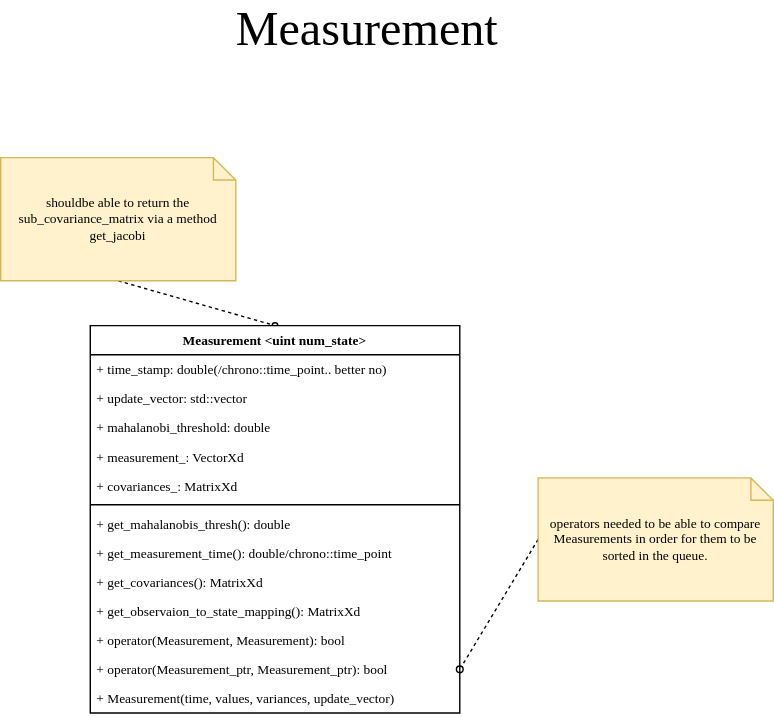
The draw.io diagram design/UML/images/LocalizationFusionLibrary_UML-Measurement.svg in jotix16/Localization_Fusion_Library, before a commit. Source tidied: cells renumbered, new cells last; positions are measured from the earlier drawing's top-left corner, leaving out a move shared by most shapes. Its diagram source:
```xml
<mxGraphModel>
  <root>
    <mxCell id="0" />
    <mxCell id="1" parent="0" />
    <mxCell id="2" style="edgeStyle=none;rounded=0;jumpSize=6;jettySize=auto;html=1;exitX=0.5;exitY=1;exitDx=0;exitDy=0;exitPerimeter=0;strokeWidth=1;dashed=1;fontFamily=Verdana;fontSize=12;labelBackgroundColor=none;endFill=0;endArrow=oval;endSize=5;startFill=0;startSize=5;entryX=0.5;entryY=0;entryDx=0;entryDy=0;" parent="1" edge="1" source="3" target="6">
      <mxGeometry relative="1" as="geometry" />
    </mxCell>
    <mxCell id="3" value="shouldbe able to return the sub_covariance_matrix via a method get_jacobi" style="shape=note;whiteSpace=wrap;html=1;rounded=0;shadow=0;comic=0;labelBackgroundColor=none;strokeWidth=1;fontFamily=Verdana;fontSize=12;align=center;size=20;fillColor=#fff2cc;strokeColor=#d6b656;" parent="1" vertex="1">
      <mxGeometry y="130" width="210" height="110" as="geometry" />
    </mxCell>
    <mxCell id="4" style="rounded=0;jettySize=auto;html=1;exitX=0;exitY=0.5;exitDx=0;exitDy=0;exitPerimeter=0;dashed=1;entryX=1;entryY=0.5;entryDx=0;entryDy=0;startArrow=none;startFill=0;endArrow=oval;endFill=0;fontFamily=Verdana;" parent="1" edge="1" source="5" target="18">
      <mxGeometry relative="1" as="geometry" />
    </mxCell>
    <mxCell id="5" value="operators needed to be able to compare Measurements in order for them to be sorted in the queue." style="shape=note;whiteSpace=wrap;html=1;rounded=0;shadow=0;comic=0;labelBackgroundColor=none;strokeWidth=1;fontFamily=Verdana;fontSize=12;align=center;size=20;fillColor=#fff2cc;strokeColor=#d6b656;" parent="1" vertex="1">
      <mxGeometry x="480" y="416" width="210" height="110" as="geometry" />
    </mxCell>
    <mxCell id="6" value="Measurement &lt;uint num_state&gt;" style="swimlane;fontStyle=1;align=center;verticalAlign=top;horizontal=1;startSize=26;fontFamily=Verdana;" parent="1" vertex="1">
      <mxGeometry x="80" y="280" width="330" height="346" as="geometry" />
    </mxCell>
    <mxCell id="7" value="+ time_stamp: double(/chrono::time_point.. better no)" style="text;strokeColor=none;fillColor=none;align=left;verticalAlign=top;spacingLeft=4;spacingRight=4;overflow=hidden;fontFamily=Verdana;" parent="6" vertex="1">
      <mxGeometry y="26" width="330" height="26" as="geometry" />
    </mxCell>
    <mxCell id="8" value="+ update_vector: std::vector" style="text;strokeColor=none;fillColor=none;align=left;verticalAlign=top;spacingLeft=4;spacingRight=4;overflow=hidden;fontFamily=Verdana;" parent="6" vertex="1">
      <mxGeometry y="52" width="330" height="26" as="geometry" />
    </mxCell>
    <mxCell id="9" value="+ mahalanobi_threshold: double" style="text;strokeColor=none;fillColor=none;align=left;verticalAlign=top;spacingLeft=4;spacingRight=4;overflow=hidden;html=1;fontFamily=Verdana;" parent="6" vertex="1">
      <mxGeometry y="78" width="330" height="26" as="geometry" />
    </mxCell>
    <mxCell id="10" value="+ measurement_: VectorXd" style="text;strokeColor=none;fillColor=none;align=left;verticalAlign=top;spacingLeft=4;spacingRight=4;overflow=hidden;fontFamily=Verdana;" parent="6" vertex="1">
      <mxGeometry y="104" width="330" height="26" as="geometry" />
    </mxCell>
    <mxCell id="11" value="+ covariances_: MatrixXd" style="text;strokeColor=none;fillColor=none;align=left;verticalAlign=top;spacingLeft=4;spacingRight=4;overflow=hidden;fontFamily=Verdana;" parent="6" vertex="1">
      <mxGeometry y="130" width="330" height="26" as="geometry" />
    </mxCell>
    <mxCell id="12" style="line;strokeWidth=1;fillColor=none;align=left;verticalAlign=middle;spacingTop=-1;spacingLeft=3;spacingRight=3;labelPosition=right;fontFamily=Verdana;" parent="6" vertex="1">
      <mxGeometry y="156" width="330" height="8" as="geometry" />
    </mxCell>
    <mxCell id="13" value="+ get_mahalanobis_thresh(): double" style="text;strokeColor=none;fillColor=none;align=left;verticalAlign=top;spacingLeft=4;spacingRight=4;overflow=hidden;fontFamily=Verdana;" parent="6" vertex="1">
      <mxGeometry y="164" width="330" height="26" as="geometry" />
    </mxCell>
    <mxCell id="14" value="+ get_measurement_time(): double/chrono::time_point" style="text;strokeColor=none;fillColor=none;align=left;verticalAlign=top;spacingLeft=4;spacingRight=4;overflow=hidden;fontFamily=Verdana;" parent="6" vertex="1">
      <mxGeometry y="190" width="330" height="26" as="geometry" />
    </mxCell>
    <mxCell id="15" value="+ get_covariances(): MatrixXd" style="text;strokeColor=none;fillColor=none;align=left;verticalAlign=top;spacingLeft=4;spacingRight=4;overflow=hidden;fontFamily=Verdana;" parent="6" vertex="1">
      <mxGeometry y="216" width="330" height="26" as="geometry" />
    </mxCell>
    <mxCell id="16" value="+ get_observaion_to_state_mapping(): MatrixXd" style="text;strokeColor=none;fillColor=none;align=left;verticalAlign=top;spacingLeft=4;spacingRight=4;overflow=hidden;fontFamily=Verdana;" parent="6" vertex="1">
      <mxGeometry y="242" width="330" height="26" as="geometry" />
    </mxCell>
    <mxCell id="17" value="+ operator(Measurement, Measurement): bool" style="text;strokeColor=none;fillColor=none;align=left;verticalAlign=top;spacingLeft=4;spacingRight=4;overflow=hidden;fontFamily=Verdana;" parent="6" vertex="1">
      <mxGeometry y="268" width="330" height="26" as="geometry" />
    </mxCell>
    <mxCell id="18" value="+ operator(Measurement_ptr, Measurement_ptr): bool" style="text;strokeColor=none;fillColor=none;align=left;verticalAlign=top;spacingLeft=4;spacingRight=4;overflow=hidden;points=[[0,0.5],[1,0.5]];portConstraint=eastwest;fontFamily=Verdana;" parent="6" vertex="1">
      <mxGeometry y="294" width="330" height="26" as="geometry" />
    </mxCell>
    <mxCell id="19" value="+ Measurement(time, values, variances, update_vector) " style="text;strokeColor=none;fillColor=none;align=left;verticalAlign=top;spacingLeft=4;spacingRight=4;overflow=hidden;fontFamily=Verdana;" parent="6" vertex="1">
      <mxGeometry y="320" width="330" height="26" as="geometry" />
    </mxCell>
    <mxCell id="20" value="&lt;font color=&quot;#000000&quot; style=&quot;font-size: 43px&quot;&gt;Measurement&lt;/font&gt;" style="text;html=1;align=center;verticalAlign=middle;fontSize=12;fontColor=#67AB9F;fontFamily=Verdana;" parent="1" vertex="1">
      <mxGeometry x="172" width="310" height="30" as="geometry" />
    </mxCell>
  </root>
</mxGraphModel>
```
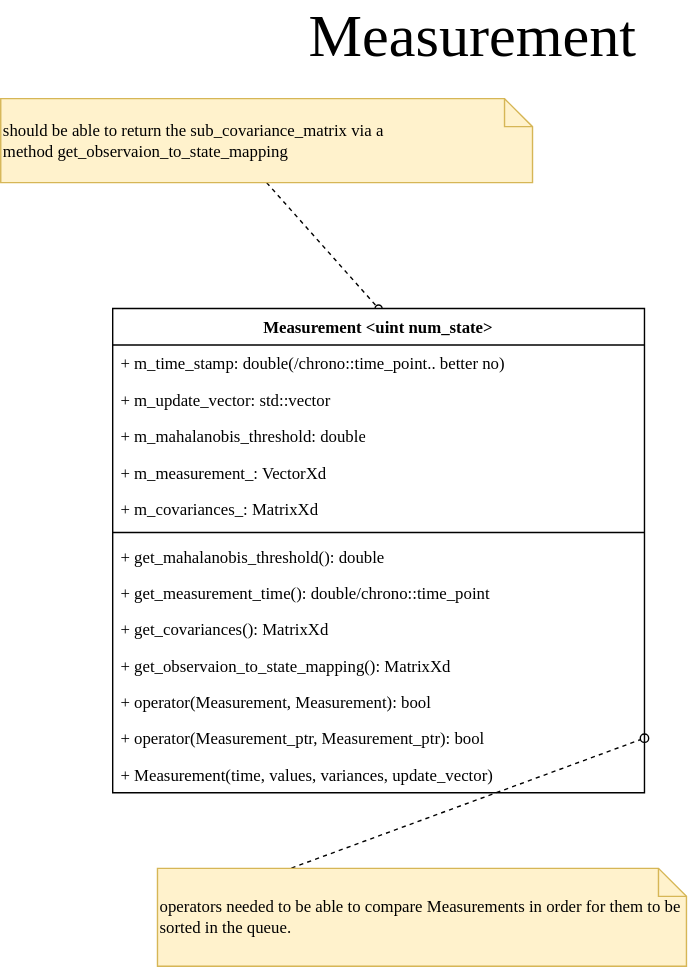
After the change.

The edit, as a diff of the source:
```diff
@@ -5,59 +5,59 @@
     <mxCell id="2" style="edgeStyle=none;rounded=0;jumpSize=6;jettySize=auto;html=1;exitX=0.5;exitY=1;exitDx=0;exitDy=0;exitPerimeter=0;strokeWidth=1;dashed=1;fontFamily=Verdana;fontSize=12;labelBackgroundColor=none;endFill=0;endArrow=oval;endSize=5;startFill=0;startSize=5;entryX=0.5;entryY=0;entryDx=0;entryDy=0;" parent="1" edge="1" source="3" target="6">
       <mxGeometry relative="1" as="geometry" />
     </mxCell>
-    <mxCell id="3" value="shouldbe able to return the sub_covariance_matrix via a method get_jacobi" style="shape=note;whiteSpace=wrap;html=1;rounded=0;shadow=0;comic=0;labelBackgroundColor=none;strokeWidth=1;fontFamily=Verdana;fontSize=12;align=center;size=20;fillColor=#fff2cc;strokeColor=#d6b656;" parent="1" vertex="1">
-      <mxGeometry y="130" width="210" height="110" as="geometry" />
+    <mxCell id="3" value="should be able to return the sub_covariance_matrix via a method&amp;nbsp;&lt;span&gt;get_observaion_to_state_mapping&lt;/span&gt;" style="shape=note;whiteSpace=wrap;html=1;rounded=0;shadow=0;comic=0;labelBackgroundColor=none;strokeWidth=1;fontFamily=Verdana;fontSize=12;align=left;size=20;fillColor=#fff2cc;strokeColor=#d6b656;" parent="1" vertex="1">
+      <mxGeometry x="-10" y="60" width="380" height="60" as="geometry" />
     </mxCell>
     <mxCell id="4" style="rounded=0;jettySize=auto;html=1;exitX=0;exitY=0.5;exitDx=0;exitDy=0;exitPerimeter=0;dashed=1;entryX=1;entryY=0.5;entryDx=0;entryDy=0;startArrow=none;startFill=0;endArrow=oval;endFill=0;fontFamily=Verdana;" parent="1" edge="1" source="5" target="18">
       <mxGeometry relative="1" as="geometry" />
     </mxCell>
-    <mxCell id="5" value="operators needed to be able to compare Measurements in order for them to be sorted in the queue." style="shape=note;whiteSpace=wrap;html=1;rounded=0;shadow=0;comic=0;labelBackgroundColor=none;strokeWidth=1;fontFamily=Verdana;fontSize=12;align=center;size=20;fillColor=#fff2cc;strokeColor=#d6b656;" parent="1" vertex="1">
-      <mxGeometry x="480" y="416" width="210" height="110" as="geometry" />
+    <mxCell id="5" value="operators needed to be able to compare Measurements in order for them to be sorted in the queue." style="shape=note;whiteSpace=wrap;html=1;rounded=0;shadow=0;comic=0;labelBackgroundColor=none;strokeWidth=1;fontFamily=Verdana;fontSize=12;align=left;size=20;fillColor=#fff2cc;strokeColor=#d6b656;" parent="1" vertex="1">
+      <mxGeometry x="102" y="610" width="378" height="70" as="geometry" />
     </mxCell>
+    <mxCell id="20" value="&lt;font color=&quot;#000000&quot; style=&quot;font-size: 43px&quot;&gt;Measurement&lt;/font&gt;" style="text;html=1;align=center;verticalAlign=middle;fontSize=12;fontColor=#67AB9F;fontFamily=Verdana;" parent="1" vertex="1">
+      <mxGeometry x="172" width="310" height="30" as="geometry" />
+    </mxCell>
     <mxCell id="6" value="Measurement &lt;uint num_state&gt;" style="swimlane;fontStyle=1;align=center;verticalAlign=top;horizontal=1;startSize=26;fontFamily=Verdana;" parent="1" vertex="1">
-      <mxGeometry x="80" y="280" width="330" height="346" as="geometry" />
+      <mxGeometry x="70" y="210" width="380" height="346" as="geometry" />
     </mxCell>
-    <mxCell id="7" value="+ time_stamp: double(/chrono::time_point.. better no)" style="text;strokeColor=none;fillColor=none;align=left;verticalAlign=top;spacingLeft=4;spacingRight=4;overflow=hidden;fontFamily=Verdana;" parent="6" vertex="1">
-      <mxGeometry y="26" width="330" height="26" as="geometry" />
+    <mxCell id="7" value="+ m_time_stamp: double(/chrono::time_point.. better no)" style="text;strokeColor=none;fillColor=none;align=left;verticalAlign=top;spacingLeft=4;spacingRight=4;overflow=hidden;fontFamily=Verdana;" parent="6" vertex="1">
+      <mxGeometry y="26" width="380" height="26" as="geometry" />
     </mxCell>
-    <mxCell id="8" value="+ update_vector: std::vector" style="text;strokeColor=none;fillColor=none;align=left;verticalAlign=top;spacingLeft=4;spacingRight=4;overflow=hidden;fontFamily=Verdana;" parent="6" vertex="1">
-      <mxGeometry y="52" width="330" height="26" as="geometry" />
+    <mxCell id="8" value="+ m_update_vector: std::vector" style="text;strokeColor=none;fillColor=none;align=left;verticalAlign=top;spacingLeft=4;spacingRight=4;overflow=hidden;fontFamily=Verdana;" parent="6" vertex="1">
+      <mxGeometry y="52" width="380" height="26" as="geometry" />
     </mxCell>
-    <mxCell id="9" value="+ mahalanobi_threshold: double" style="text;strokeColor=none;fillColor=none;align=left;verticalAlign=top;spacingLeft=4;spacingRight=4;overflow=hidden;html=1;fontFamily=Verdana;" parent="6" vertex="1">
-      <mxGeometry y="78" width="330" height="26" as="geometry" />
+    <mxCell id="9" value="+ m_mahalanobis_threshold: double" style="text;strokeColor=none;fillColor=none;align=left;verticalAlign=top;spacingLeft=4;spacingRight=4;overflow=hidden;html=1;fontFamily=Verdana;" parent="6" vertex="1">
+      <mxGeometry y="78" width="380" height="26" as="geometry" />
     </mxCell>
-    <mxCell id="10" value="+ measurement_: VectorXd" style="text;strokeColor=none;fillColor=none;align=left;verticalAlign=top;spacingLeft=4;spacingRight=4;overflow=hidden;fontFamily=Verdana;" parent="6" vertex="1">
-      <mxGeometry y="104" width="330" height="26" as="geometry" />
+    <mxCell id="10" value="+ m_measurement_: VectorXd" style="text;strokeColor=none;fillColor=none;align=left;verticalAlign=top;spacingLeft=4;spacingRight=4;overflow=hidden;fontFamily=Verdana;" parent="6" vertex="1">
+      <mxGeometry y="104" width="380" height="26" as="geometry" />
     </mxCell>
-    <mxCell id="11" value="+ covariances_: MatrixXd" style="text;strokeColor=none;fillColor=none;align=left;verticalAlign=top;spacingLeft=4;spacingRight=4;overflow=hidden;fontFamily=Verdana;" parent="6" vertex="1">
-      <mxGeometry y="130" width="330" height="26" as="geometry" />
+    <mxCell id="11" value="+ m_covariances_: MatrixXd" style="text;strokeColor=none;fillColor=none;align=left;verticalAlign=top;spacingLeft=4;spacingRight=4;overflow=hidden;fontFamily=Verdana;" parent="6" vertex="1">
+      <mxGeometry y="130" width="380" height="26" as="geometry" />
     </mxCell>
     <mxCell id="12" style="line;strokeWidth=1;fillColor=none;align=left;verticalAlign=middle;spacingTop=-1;spacingLeft=3;spacingRight=3;labelPosition=right;fontFamily=Verdana;" parent="6" vertex="1">
-      <mxGeometry y="156" width="330" height="8" as="geometry" />
+      <mxGeometry y="156" width="380" height="8" as="geometry" />
     </mxCell>
-    <mxCell id="13" value="+ get_mahalanobis_thresh(): double" style="text;strokeColor=none;fillColor=none;align=left;verticalAlign=top;spacingLeft=4;spacingRight=4;overflow=hidden;fontFamily=Verdana;" parent="6" vertex="1">
-      <mxGeometry y="164" width="330" height="26" as="geometry" />
+    <mxCell id="13" value="+ get_mahalanobis_threshold(): double" style="text;strokeColor=none;fillColor=none;align=left;verticalAlign=top;spacingLeft=4;spacingRight=4;overflow=hidden;fontFamily=Verdana;" parent="6" vertex="1">
+      <mxGeometry y="164" width="380" height="26" as="geometry" />
     </mxCell>
     <mxCell id="14" value="+ get_measurement_time(): double/chrono::time_point" style="text;strokeColor=none;fillColor=none;align=left;verticalAlign=top;spacingLeft=4;spacingRight=4;overflow=hidden;fontFamily=Verdana;" parent="6" vertex="1">
-      <mxGeometry y="190" width="330" height="26" as="geometry" />
+      <mxGeometry y="190" width="380" height="26" as="geometry" />
     </mxCell>
     <mxCell id="15" value="+ get_covariances(): MatrixXd" style="text;strokeColor=none;fillColor=none;align=left;verticalAlign=top;spacingLeft=4;spacingRight=4;overflow=hidden;fontFamily=Verdana;" parent="6" vertex="1">
-      <mxGeometry y="216" width="330" height="26" as="geometry" />
+      <mxGeometry y="216" width="380" height="26" as="geometry" />
     </mxCell>
     <mxCell id="16" value="+ get_observaion_to_state_mapping(): MatrixXd" style="text;strokeColor=none;fillColor=none;align=left;verticalAlign=top;spacingLeft=4;spacingRight=4;overflow=hidden;fontFamily=Verdana;" parent="6" vertex="1">
-      <mxGeometry y="242" width="330" height="26" as="geometry" />
+      <mxGeometry y="242" width="380" height="26" as="geometry" />
     </mxCell>
     <mxCell id="17" value="+ operator(Measurement, Measurement): bool" style="text;strokeColor=none;fillColor=none;align=left;verticalAlign=top;spacingLeft=4;spacingRight=4;overflow=hidden;fontFamily=Verdana;" parent="6" vertex="1">
-      <mxGeometry y="268" width="330" height="26" as="geometry" />
+      <mxGeometry y="268" width="380" height="26" as="geometry" />
     </mxCell>
     <mxCell id="18" value="+ operator(Measurement_ptr, Measurement_ptr): bool" style="text;strokeColor=none;fillColor=none;align=left;verticalAlign=top;spacingLeft=4;spacingRight=4;overflow=hidden;points=[[0,0.5],[1,0.5]];portConstraint=eastwest;fontFamily=Verdana;" parent="6" vertex="1">
-      <mxGeometry y="294" width="330" height="26" as="geometry" />
+      <mxGeometry y="294" width="380" height="26" as="geometry" />
     </mxCell>
     <mxCell id="19" value="+ Measurement(time, values, variances, update_vector) " style="text;strokeColor=none;fillColor=none;align=left;verticalAlign=top;spacingLeft=4;spacingRight=4;overflow=hidden;fontFamily=Verdana;" parent="6" vertex="1">
-      <mxGeometry y="320" width="330" height="26" as="geometry" />
+      <mxGeometry y="320" width="380" height="26" as="geometry" />
     </mxCell>
-    <mxCell id="20" value="&lt;font color=&quot;#000000&quot; style=&quot;font-size: 43px&quot;&gt;Measurement&lt;/font&gt;" style="text;html=1;align=center;verticalAlign=middle;fontSize=12;fontColor=#67AB9F;fontFamily=Verdana;" parent="1" vertex="1">
-      <mxGeometry x="172" width="310" height="30" as="geometry" />
-    </mxCell>
   </root>
 </mxGraphModel>
```
